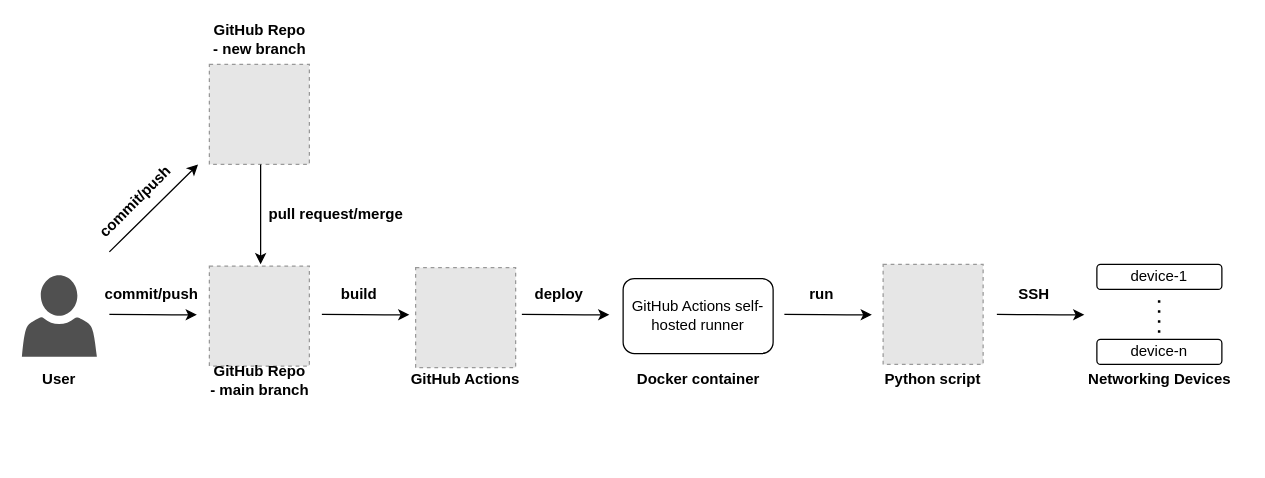
gdmoney/network-automation-github-actions keeps this draw.io diagram as diagram-network-automation-github-actions.drawio. Above is the earlier version. Source tidied: cells renumbered, new cells numbered last; positions are measured from the earlier drawing's top-left corner, leaving out a move shared by most shapes. Both pictures are drawn from the tidied source at 125%, with x=0, y=0 at pixel (21, 26). Pictures stored in the file or linked from it are replaced by grey dashed boxes.
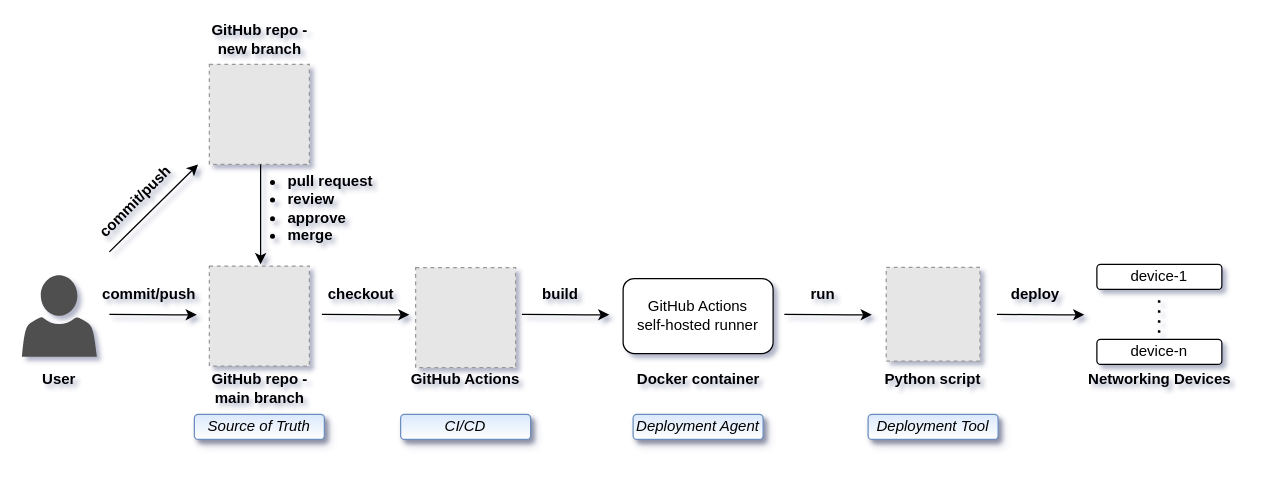
The same page after the edit.

Diff of the diagram source:
```diff
@@
-<mxGraphModel>
+<mxGraphModel shadow="1">
@@
-    <mxCell id="2" style="fillColor=#E6E6E6;strokeColor=#999999;dashed=1;html=1;verticalAlign=top;verticalLabelPosition=bottom;labelBackgroundColor=#ffffff;" parent="1" vertex="1">
-      <mxGeometry x="689" y="190" width="80" height="80" as="geometry" />
-    </mxCell>
@@
     <mxCell id="8" value="&lt;b&gt;commit/push&lt;/b&gt;" style="text;html=1;strokeColor=none;fillColor=none;align=center;verticalAlign=middle;whiteSpace=wrap;rounded=0;" parent="1" vertex="1">
-      <mxGeometry x="84" y="204" width="40" height="20" as="geometry" />
+      <mxGeometry x="57" y="204" width="90" height="20" as="geometry" />
     </mxCell>
-    <mxCell id="9" value="&lt;b&gt;build&lt;/b&gt;" style="text;html=1;strokeColor=none;fillColor=none;align=center;verticalAlign=middle;whiteSpace=wrap;rounded=0;" parent="1" vertex="1">
-      <mxGeometry x="250" y="204" width="40" height="20" as="geometry" />
+    <mxCell id="9" value="&lt;b&gt;checkout&lt;/b&gt;" style="text;html=1;strokeColor=none;fillColor=none;align=center;verticalAlign=middle;whiteSpace=wrap;rounded=0;" parent="1" vertex="1">
+      <mxGeometry x="242" y="204" width="59" height="20" as="geometry" />
     </mxCell>
@@
-    <mxCell id="14" value="&lt;b&gt;SSH&lt;/b&gt;" style="text;html=1;strokeColor=none;fillColor=none;align=center;verticalAlign=middle;whiteSpace=wrap;rounded=0;" parent="1" vertex="1">
-      <mxGeometry x="790" y="204" width="40" height="20" as="geometry" />
+    <mxCell id="14" value="&lt;b&gt;deploy&lt;/b&gt;" style="text;html=1;strokeColor=none;fillColor=none;align=center;verticalAlign=middle;whiteSpace=wrap;rounded=0;" parent="1" vertex="1">
+      <mxGeometry x="791" y="204" width="40" height="20" as="geometry" />
     </mxCell>
@@
-    <mxCell id="16" value="&lt;b&gt;deploy&lt;/b&gt;" style="text;html=1;strokeColor=none;fillColor=none;align=center;verticalAlign=middle;whiteSpace=wrap;rounded=0;" parent="1" vertex="1">
-      <mxGeometry x="410" y="204" width="40" height="20" as="geometry" />
+    <mxCell id="16" value="&lt;b&gt;build&lt;/b&gt;" style="text;html=1;strokeColor=none;fillColor=none;align=center;verticalAlign=middle;whiteSpace=wrap;rounded=0;" parent="1" vertex="1">
+      <mxGeometry x="411" y="204" width="40" height="20" as="geometry" />
     </mxCell>
     <mxCell id="17" value="&lt;b&gt;run&lt;/b&gt;" style="text;html=1;strokeColor=none;fillColor=none;align=center;verticalAlign=middle;whiteSpace=wrap;rounded=0;" parent="1" vertex="1">
-      <mxGeometry x="620" y="204" width="40" height="20" as="geometry" />
+      <mxGeometry x="621" y="204" width="40" height="20" as="geometry" />
     </mxCell>
-    <mxCell id="18" value="GitHub Actions self-hosted runner" style="rounded=1;whiteSpace=wrap;html=1;" parent="1" vertex="1">
+    <mxCell id="18" value="GitHub Actions&lt;br&gt;self-hosted runner" style="rounded=1;whiteSpace=wrap;html=1;" parent="1" vertex="1">
       <mxGeometry x="481" y="201.3" width="120" height="60" as="geometry" />
     </mxCell>
@@
-    <mxCell id="23" value="&lt;b&gt;GitHub Repo - main branch&lt;/b&gt;" style="text;html=1;strokeColor=none;fillColor=none;align=center;verticalAlign=middle;whiteSpace=wrap;rounded=0;" parent="1" vertex="1">
-      <mxGeometry x="149.5" y="272.6" width="81" height="20" as="geometry" />
+    <mxCell id="23" value="&lt;b&gt;GitHub repo - main branch&lt;/b&gt;" style="text;html=1;strokeColor=none;fillColor=none;align=center;verticalAlign=middle;whiteSpace=wrap;rounded=0;" parent="1" vertex="1">
+      <mxGeometry x="149.5" y="279" width="81" height="20" as="geometry" />
     </mxCell>
@@
-    <mxCell id="28" value="&lt;b&gt;GitHub Repo - new branch&lt;/b&gt;" style="text;html=1;strokeColor=none;fillColor=none;align=center;verticalAlign=middle;whiteSpace=wrap;rounded=0;" parent="1" vertex="1">
+    <mxCell id="28" value="&lt;b&gt;GitHub repo - new branch&lt;/b&gt;" style="text;html=1;strokeColor=none;fillColor=none;align=center;verticalAlign=middle;whiteSpace=wrap;rounded=0;" parent="1" vertex="1">
       <mxGeometry x="149.5" width="81" height="20" as="geometry" />
     </mxCell>
-    <mxCell id="29" value="&lt;b&gt;pull request/merge&lt;/b&gt;" style="text;html=1;strokeColor=none;fillColor=none;align=center;verticalAlign=middle;whiteSpace=wrap;rounded=0;" parent="1" vertex="1">
-      <mxGeometry x="196" y="140" width="111" height="20" as="geometry" />
+    <mxCell id="29" value="&lt;ul&gt;&lt;li&gt;&lt;b&gt;pull request&lt;/b&gt;&lt;/li&gt;&lt;li&gt;&lt;b&gt;review&lt;/b&gt;&lt;/li&gt;&lt;li&gt;&lt;b&gt;approve&lt;/b&gt;&lt;/li&gt;&lt;li&gt;&lt;b&gt;merge&lt;/b&gt;&lt;/li&gt;&lt;/ul&gt;" style="text;html=1;strokeColor=none;fillColor=none;align=left;verticalAlign=middle;whiteSpace=wrap;rounded=0;" parent="1" vertex="1">
+      <mxGeometry x="171" y="110" width="140" height="70" as="geometry" />
     </mxCell>
-    <mxCell id="30" style="endArrow=classic;html=1;" parent="1" edge="1">
+    <mxCell id="30" style="endArrow=classic;html=1;shadow=0;sketch=0;strokeWidth=1;rounded=1;labelBorderColor=none;" parent="1" edge="1">
       <mxGeometry relative="1" as="geometry">
         <mxPoint x="70" y="180" as="sourcePoint" />
         <mxPoint x="141" y="110" as="targetPoint" />
         <Array as="points">
           <mxPoint x="90" y="160.3" />
         </Array>
       </mxGeometry>
     </mxCell>
@@
+    <mxCell id="32" value="&lt;span&gt;Source of Truth&lt;/span&gt;" style="text;html=1;strokeColor=#6c8ebf;fillColor=#dae8fc;align=center;verticalAlign=middle;whiteSpace=wrap;rounded=1;gradientColor=#ffffff;glass=0;shadow=1;sketch=0;fontStyle=2;labelBackgroundColor=none;labelBorderColor=none;" parent="1" vertex="1">
+      <mxGeometry x="138" y="310" width="104" height="20" as="geometry" />
+    </mxCell>
+    <mxCell id="33" value="&lt;span&gt;CI/CD&lt;/span&gt;" style="text;html=1;strokeColor=#6c8ebf;fillColor=#dae8fc;align=center;verticalAlign=middle;whiteSpace=wrap;rounded=1;gradientColor=#ffffff;glass=0;shadow=1;sketch=0;fontStyle=2;labelBackgroundColor=none;labelBorderColor=none;" parent="1" vertex="1">
+      <mxGeometry x="303" y="310" width="104" height="20" as="geometry" />
+    </mxCell>
+    <mxCell id="34" value="&lt;span&gt;Deployment Tool&lt;/span&gt;" style="text;html=1;strokeColor=#6c8ebf;fillColor=#dae8fc;align=center;verticalAlign=middle;whiteSpace=wrap;rounded=1;gradientColor=#ffffff;glass=0;shadow=1;sketch=0;fontStyle=2;labelBackgroundColor=none;labelBorderColor=none;" parent="1" vertex="1">
+      <mxGeometry x="677" y="310" width="104" height="20" as="geometry" />
+    </mxCell>
+    <mxCell id="35" value="&lt;span&gt;Deployment Agent&lt;/span&gt;" style="text;html=1;strokeColor=#6c8ebf;fillColor=#dae8fc;align=center;verticalAlign=middle;whiteSpace=wrap;rounded=1;gradientColor=#ffffff;glass=0;shadow=1;sketch=0;fontStyle=2;labelBackgroundColor=none;labelBorderColor=none;" parent="1" vertex="1">
+      <mxGeometry x="489" y="310" width="104" height="20" as="geometry" />
+    </mxCell>
+    <mxCell id="36" style="fillColor=#E6E6E6;strokeColor=#999999;dashed=1;html=1;verticalAlign=top;verticalLabelPosition=bottom;labelBackgroundColor=#ffffff;" parent="1" vertex="1">
+      <mxGeometry x="691.5" y="192.3" width="75" height="75" as="geometry" />
+    </mxCell>
```
